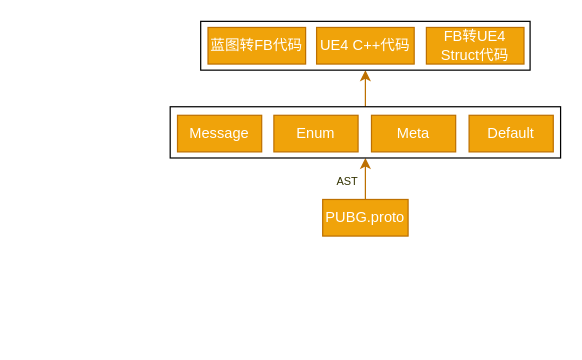
Earlier version of the draw.io diagram Untitled Diagram.drawio (imzoer/design-pattern). Source tidied: cells renumbered, new cells numbered last; positions are measured from the earlier drawing's top-left corner, leaving out a move shared by most shapes. Both pictures are drawn from the tidied source at 122%, with x=0, y=0 at pixel (170, 21).
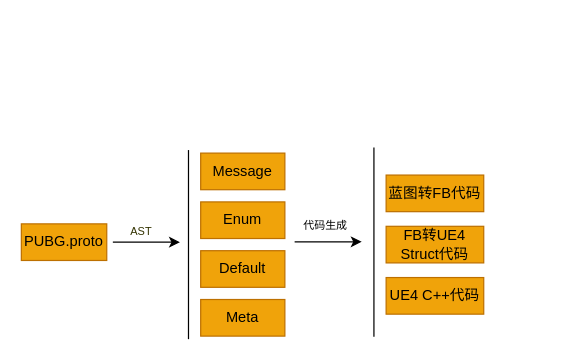
The same diagram, later.

Diff of the diagram source:
```diff
@@
 <mxGraphModel>
   <root>
     <mxCell id="0" />
     <mxCell id="1" parent="0" />
-    <mxCell id="2" style="edgeStyle=orthogonalEdgeStyle;rounded=0;jettySize=auto;html=1;entryX=0.5;entryY=1;entryDx=0;entryDy=0;fillColor=#f0a30a;strokeColor=#BD7000;" parent="1" edge="1" source="10" target="5">
-      <mxGeometry relative="1" as="geometry" />
-    </mxCell>
-    <mxCell id="3" style="edgeStyle=orthogonalEdgeStyle;rounded=0;jettySize=auto;html=1;fillColor=#f0a30a;strokeColor=#BD7000;" parent="1" edge="1" source="4" target="10">
-      <mxGeometry relative="1" as="geometry" />
-    </mxCell>
-    <mxCell id="4" value="PUBG.proto" style="rounded=0;whiteSpace=wrap;html=1;fillColor=#f0a30a;strokeColor=#BD7000;fontColor=#ffffff;" parent="1" vertex="1">
-      <mxGeometry x="125" y="146" width="70" height="30" as="geometry" />
-    </mxCell>
-    <mxCell id="5" style="rounded=0;whiteSpace=wrap;html=1;" parent="1" vertex="1">
-      <mxGeometry x="25" width="270" height="40" as="geometry" />
-    </mxCell>
+    <mxCell id="15" style="shape=partialRectangle;whiteSpace=wrap;html=1;right=0;top=0;bottom=0;fillColor=none;routingCenterX=-0.5;fontSize=9;fontColor=#FFFFFF;" parent="1" vertex="1">
+      <mxGeometry x="167" y="104" width="90" height="154" as="geometry" />
+    </mxCell>
+    <mxCell id="9" value="&lt;font style=&quot;font-size: 9px&quot;&gt;AST&lt;/font&gt;" style="text;html=1;align=center;verticalAlign=middle;fontSize=6;fontColor=#333300;" parent="1" vertex="1">
+      <mxGeometry x="-44" y="168" width="40" height="10" as="geometry" />
+    </mxCell>
-    <mxCell id="6" value="蓝图转FB代码" style="rounded=0;whiteSpace=wrap;html=1;fillColor=#f0a30a;strokeColor=#BD7000;fontColor=#ffffff;" parent="1" vertex="1">
-      <mxGeometry x="31" y="5" width="80" height="30" as="geometry" />
+    <mxCell id="6" value="&lt;font color=&quot;#000000&quot;&gt;蓝图转FB代码&lt;/font&gt;" style="rounded=0;whiteSpace=wrap;html=1;fillColor=#f0a30a;strokeColor=#BD7000;fontColor=#ffffff;" parent="1" vertex="1">
+      <mxGeometry x="177" y="126" width="80" height="30" as="geometry" />
     </mxCell>
-    <mxCell id="7" value="UE4 C++代码" style="rounded=0;whiteSpace=wrap;html=1;fillColor=#f0a30a;strokeColor=#BD7000;fontColor=#ffffff;" parent="1" vertex="1">
-      <mxGeometry x="120" y="5" width="80" height="30" as="geometry" />
+    <mxCell id="7" value="&lt;font color=&quot;#000000&quot;&gt;UE4 C++代码&lt;/font&gt;" style="rounded=0;whiteSpace=wrap;html=1;fillColor=#f0a30a;strokeColor=#BD7000;fontColor=#ffffff;" parent="1" vertex="1">
+      <mxGeometry x="177" y="210" width="80" height="30" as="geometry" />
     </mxCell>
-    <mxCell id="8" value="FB转UE4&lt;br&gt;Struct代码" style="rounded=0;whiteSpace=wrap;html=1;fillColor=#f0a30a;strokeColor=#BD7000;fontColor=#ffffff;" parent="1" vertex="1">
-      <mxGeometry x="210" y="5" width="80" height="30" as="geometry" />
+    <mxCell id="8" value="&lt;font color=&quot;#000000&quot;&gt;FB转UE4&lt;br&gt;Struct代码&lt;/font&gt;" style="rounded=0;whiteSpace=wrap;html=1;fillColor=#f0a30a;strokeColor=#BD7000;fontColor=#FFFFFF;" parent="1" vertex="1">
+      <mxGeometry x="177" y="168" width="80" height="30" as="geometry" />
     </mxCell>
-    <mxCell id="9" value="&lt;font style=&quot;font-size: 9px&quot;&gt;AST&lt;/font&gt;" style="text;html=1;align=center;verticalAlign=middle;fontSize=6;fontColor=#333300;" parent="1" vertex="1">
-      <mxGeometry x="125" y="127" width="40" height="10" as="geometry" />
-    </mxCell>
-    <mxCell id="10" style="rounded=0;whiteSpace=wrap;html=1;" parent="1" vertex="1">
-      <mxGeometry y="70" width="320" height="42" as="geometry" />
-    </mxCell>
-    <mxCell id="11" value="Message" style="rounded=0;whiteSpace=wrap;html=1;fillColor=#f0a30a;strokeColor=#BD7000;fontColor=#ffffff;" parent="1" vertex="1">
-      <mxGeometry x="6" y="77" width="69" height="30" as="geometry" />
+    <mxCell id="11" value="&lt;font color=&quot;#000000&quot;&gt;Message&lt;/font&gt;" style="rounded=0;whiteSpace=wrap;html=1;fillColor=#f0a30a;strokeColor=#BD7000;fontColor=#FFFFFF;" parent="1" vertex="1">
+      <mxGeometry x="25" y="108" width="69" height="30" as="geometry" />
     </mxCell>
-    <mxCell id="12" value="Enum" style="rounded=0;whiteSpace=wrap;html=1;fillColor=#f0a30a;strokeColor=#BD7000;fontColor=#ffffff;" parent="1" vertex="1">
-      <mxGeometry x="85" y="77" width="69" height="30" as="geometry" />
+    <mxCell id="12" value="&lt;font color=&quot;#000000&quot;&gt;Enum&lt;/font&gt;" style="rounded=0;whiteSpace=wrap;html=1;fillColor=#f0a30a;strokeColor=#BD7000;fontColor=#FFFFFF;" parent="1" vertex="1">
+      <mxGeometry x="25" y="148" width="69" height="30" as="geometry" />
     </mxCell>
-    <mxCell id="13" value="Meta" style="rounded=0;whiteSpace=wrap;html=1;fillColor=#f0a30a;strokeColor=#BD7000;fontColor=#ffffff;" parent="1" vertex="1">
-      <mxGeometry x="165" y="77" width="69" height="30" as="geometry" />
+    <mxCell id="13" value="&lt;font color=&quot;#000000&quot;&gt;Meta&lt;/font&gt;" style="rounded=0;whiteSpace=wrap;html=1;fillColor=#f0a30a;strokeColor=#BD7000;fontColor=#FFFFFF;" parent="1" vertex="1">
+      <mxGeometry x="25" y="228" width="69" height="30" as="geometry" />
     </mxCell>
-    <mxCell id="14" value="Default" style="rounded=0;whiteSpace=wrap;html=1;fillColor=#f0a30a;strokeColor=#BD7000;fontColor=#ffffff;" parent="1" vertex="1">
-      <mxGeometry x="245" y="77" width="69" height="30" as="geometry" />
+    <mxCell id="14" value="&lt;font color=&quot;#000000&quot;&gt;Default&lt;/font&gt;" style="rounded=0;whiteSpace=wrap;html=1;fillColor=#f0a30a;strokeColor=#BD7000;fontColor=#FFFFFF;" parent="1" vertex="1">
+      <mxGeometry x="25" y="188" width="69" height="30" as="geometry" />
     </mxCell>
+    <mxCell id="16" style="edgeStyle=orthogonalEdgeStyle;rounded=0;orthogonalLoop=1;jettySize=auto;html=1;fontSize=9;fontColor=#FFFFFF;" parent="1" edge="1">
+      <mxGeometry relative="1" as="geometry">
+        <mxPoint x="-47" y="181" as="sourcePoint" />
+        <mxPoint x="8" y="181" as="targetPoint" />
+      </mxGeometry>
+    </mxCell>
+    <mxCell id="17" style="edgeStyle=orthogonalEdgeStyle;rounded=0;orthogonalLoop=1;jettySize=auto;html=1;fontSize=9;fontColor=#FFFFFF;" parent="1" edge="1">
+      <mxGeometry relative="1" as="geometry">
+        <mxPoint x="102" y="180.7" as="sourcePoint" />
+        <mxPoint x="157" y="180.7" as="targetPoint" />
+      </mxGeometry>
+    </mxCell>
+    <mxCell id="18" style="shape=partialRectangle;whiteSpace=wrap;html=1;right=0;top=0;bottom=0;fillColor=none;routingCenterX=-0.5;fontSize=9;fontColor=#FFFFFF;" parent="1" vertex="1">
+      <mxGeometry x="15" y="106" width="90" height="154" as="geometry" />
+    </mxCell>
+    <mxCell id="19" value="&lt;font color=&quot;#000000&quot;&gt;代码生成&lt;/font&gt;" style="text;html=1;align=center;verticalAlign=middle;fontSize=9;fontColor=#FFFFFF;" parent="1" vertex="1">
+      <mxGeometry x="97" y="158" width="60" height="20" as="geometry" />
+    </mxCell>
+    <mxCell id="4" value="&lt;font color=&quot;#000000&quot;&gt;PUBG.proto&lt;/font&gt;" style="rounded=0;whiteSpace=wrap;html=1;fillColor=#f0a30a;strokeColor=#BD7000;fontColor=#FFFFFF;" parent="1" vertex="1">
+      <mxGeometry x="-122" y="166" width="70" height="30" as="geometry" />
+    </mxCell>
   </root>
 </mxGraphModel>
```
